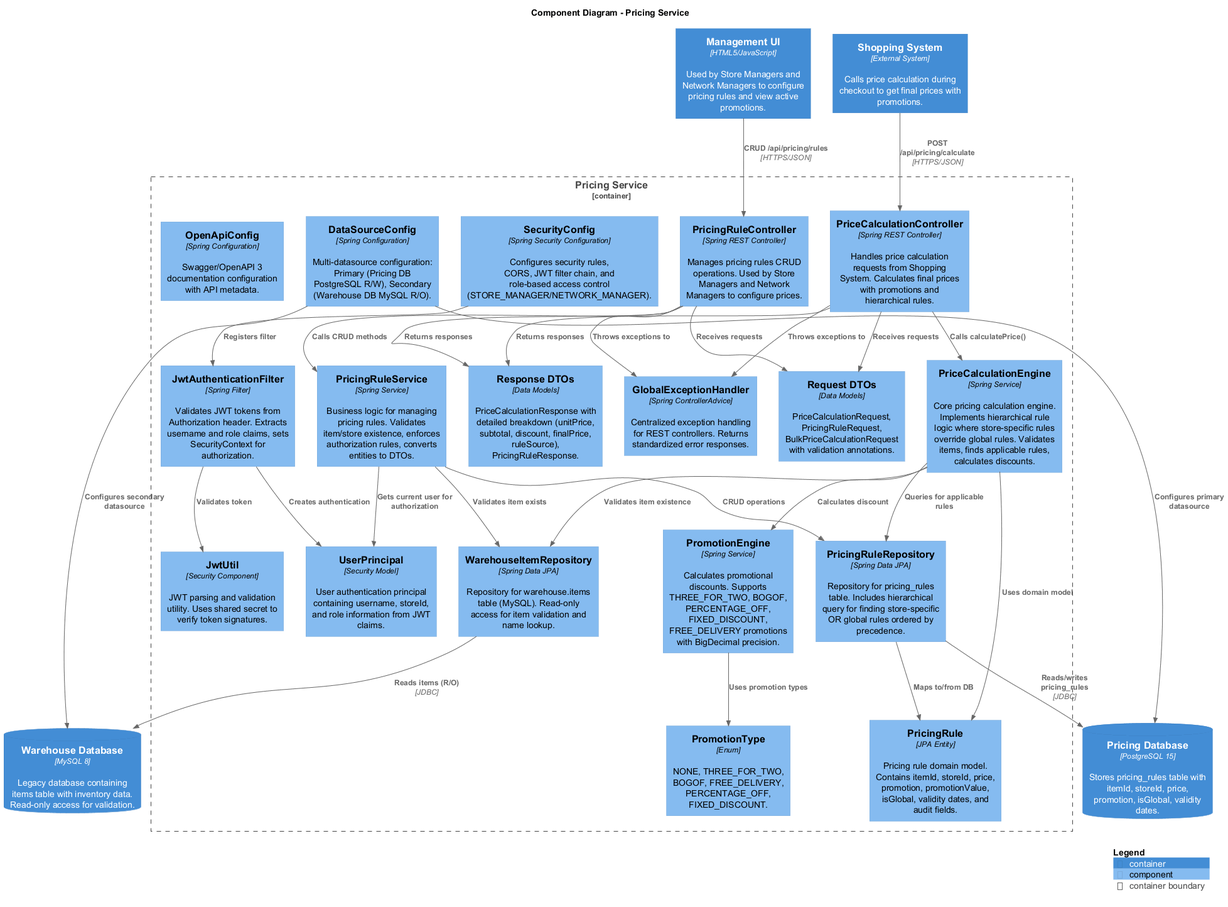
Alex180504/DE-store keeps this PlantUML diagram as Docs/pricing-service/pricing-service-component.png. Above is the earlier version. Its diagram source:
```plantuml
@startuml pricing-service-component
!include ../c4-plantuml/C4_Component.puml

title Component Diagram - Pricing Service

LAYOUT_WITH_LEGEND()

Container_Boundary(pricing_service, "Pricing Service") {

    Component(price_calc_ctrl, "PriceCalculationController", "Spring REST Controller", "Handles price calculation requests from Shopping System. Calculates final prices with promotions and hierarchical rules.")
    Component(pricing_rule_ctrl, "PricingRuleController", "Spring REST Controller", "Manages pricing rules CRUD operations. Used by Store Managers and Network Managers to configure prices.")
    Component(global_exception, "GlobalExceptionHandler", "Spring ControllerAdvice", "Centralized exception handling for REST controllers. Returns standardized error responses.")

    Component(price_calc_engine, "PriceCalculationEngine", "Spring Service", "Core pricing calculation engine. Implements hierarchical rule logic where store-specific rules override global rules. Validates items, finds applicable rules, calculates discounts.")
    Component(promotion_engine, "PromotionEngine", "Spring Service", "Calculates promotional discounts. Supports THREE_FOR_TWO, BOGOF, PERCENTAGE_OFF, FIXED_DISCOUNT, FREE_DELIVERY promotions with BigDecimal precision.")
    Component(pricing_rule_svc, "PricingRuleService", "Spring Service", "Business logic for managing pricing rules. Validates item/store existence, enforces authorization rules, converts entities to DTOs.")

    Component(jwt_filter, "JwtAuthenticationFilter", "Spring Filter", "Validates JWT tokens from Authorization header. Extracts username and role claims, sets SecurityContext for authorization.")
    Component(jwt_util, "JwtUtil", "Security Component", "JWT parsing and validation utility. Uses shared secret to verify token signatures.")
    Component(security_config, "SecurityConfig", "Spring Security Configuration", "Configures security rules, CORS, JWT filter chain, and role-based access control (STORE_MANAGER/NETWORK_MANAGER).")
    Component(user_principal, "UserPrincipal", "Security Model", "User authentication principal containing username, storeId, and role information from JWT claims.")

    Component(pricing_rule_repo, "PricingRuleRepository", "Spring Data JPA", "Repository for pricing_rules table. Includes hierarchical query for finding store-specific OR global rules ordered by precedence.")
    Component(warehouse_repo, "WarehouseItemRepository", "Spring Data JPA", "Repository for warehouse.items table (MySQL). Read-only access for item validation and name lookup.")

    Component(pricing_rule_entity, "PricingRule", "JPA Entity", "Pricing rule domain model. Contains itemId, storeId, price, promotion, promotionValue, isGlobal, validity dates, and audit fields.")
    Component(dto_request, "Request DTOs", "Data Models", "PriceCalculationRequest, PricingRuleRequest, BulkPriceCalculationRequest with validation annotations.")
    Component(dto_response, "Response DTOs", "Data Models", "PriceCalculationResponse with detailed breakdown (unitPrice, subtotal, discount, finalPrice, ruleSource), PricingRuleResponse.")
    Component(promotion_enum, "PromotionType", "Enum", "NONE, THREE_FOR_TWO, BOGOF, FREE_DELIVERY, PERCENTAGE_OFF, FIXED_DISCOUNT.")

    Component(datasource_config, "DataSourceConfig", "Spring Configuration", "Multi-datasource configuration: Primary (Pricing DB PostgreSQL R/W), Secondary (Warehouse DB MySQL R/O).")
    Component(openapi_config, "OpenApiConfig", "Spring Configuration", "Swagger/OpenAPI 3 documentation configuration with API metadata.")
}

ContainerDb(pricing_db, "Pricing Database", "PostgreSQL 15", "Stores pricing_rules table with itemId, storeId, price, promotion, isGlobal, validity dates.")
ContainerDb(warehouse_db, "Warehouse Database", "MySQL 8", "Legacy database containing items table with inventory data. Read-only access for validation.")

Container(shopping_system, "Shopping System", "External System", "Calls price calculation during checkout to get final prices with promotions.")
Container(management_ui, "Management UI", "HTML5/JavaScript", "Used by Store Managers and Network Managers to configure pricing rules and view active promotions.")

Rel(shopping_system, price_calc_ctrl, "POST /api/pricing/calculate", "HTTPS/JSON")
Rel(management_ui, pricing_rule_ctrl, "CRUD /api/pricing/rules", "HTTPS/JSON")

Rel(price_calc_ctrl, price_calc_engine, "Calls calculatePrice()")
Rel(pricing_rule_ctrl, pricing_rule_svc, "Calls CRUD methods")
Rel(price_calc_ctrl, global_exception, "Throws exceptions to")
Rel(pricing_rule_ctrl, global_exception, "Throws exceptions to")

Rel(price_calc_engine, pricing_rule_repo, "Queries for applicable rules")
Rel(price_calc_engine, warehouse_repo, "Validates item existence")
Rel(price_calc_engine, promotion_engine, "Calculates discount")
Rel(pricing_rule_svc, pricing_rule_repo, "CRUD operations")
Rel(pricing_rule_svc, warehouse_repo, "Validates item exists")

Rel(pricing_rule_repo, pricing_db, "Reads/writes pricing_rules", "JDBC")
Rel(warehouse_repo, warehouse_db, "Reads items (R/O)", "JDBC")

Rel(jwt_filter, jwt_util, "Validates token")
Rel(jwt_filter, user_principal, "Creates authentication")
Rel(security_config, jwt_filter, "Registers filter")
Rel(pricing_rule_svc, user_principal, "Gets current user for authorization")

Rel(price_calc_engine, pricing_rule_entity, "Uses domain model")
Rel(pricing_rule_repo, pricing_rule_entity, "Maps to/from DB")
Rel(price_calc_ctrl, dto_request, "Receives requests")
Rel(price_calc_ctrl, dto_response, "Returns responses")
Rel(pricing_rule_ctrl, dto_request, "Receives requests")
Rel(pricing_rule_ctrl, dto_response, "Returns responses")
Rel(promotion_engine, promotion_enum, "Uses promotion types")

Rel(datasource_config, pricing_db, "Configures primary datasource")
Rel(datasource_config, warehouse_db, "Configures secondary datasource")

SHOW_LEGEND()

@enduml
```
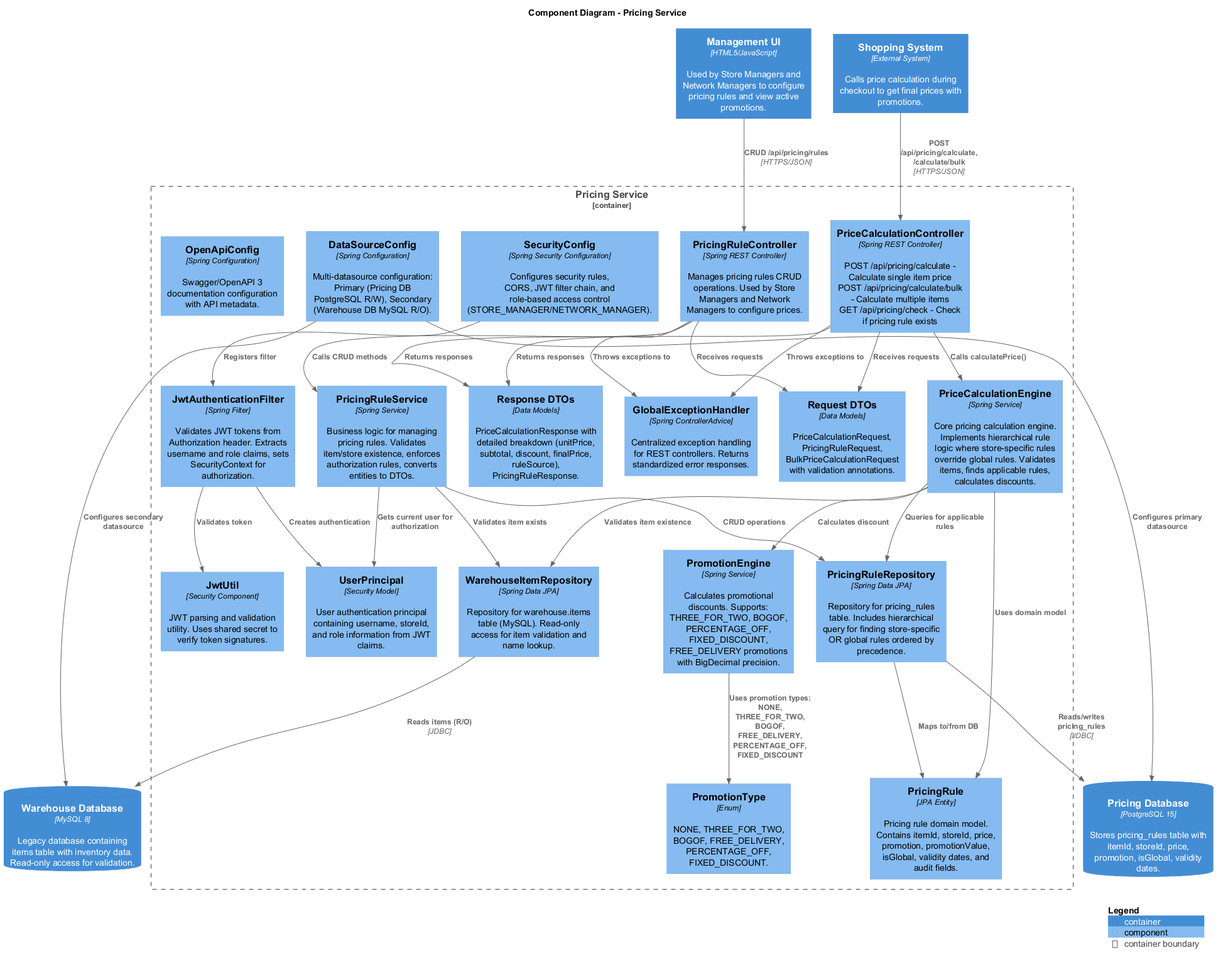
Later version of the same file.

The edit, as a diff of the source:
```diff
@@ -7,12 +7,12 @@
 
 Container_Boundary(pricing_service, "Pricing Service") {
 
-    Component(price_calc_ctrl, "PriceCalculationController", "Spring REST Controller", "Handles price calculation requests from Shopping System. Calculates final prices with promotions and hierarchical rules.")
+    Component(price_calc_ctrl, "PriceCalculationController", "Spring REST Controller", "POST /api/pricing/calculate - Calculate single item price\nPOST /api/pricing/calculate/bulk - Calculate multiple items\nGET /api/pricing/check - Check if pricing rule exists")
     Component(pricing_rule_ctrl, "PricingRuleController", "Spring REST Controller", "Manages pricing rules CRUD operations. Used by Store Managers and Network Managers to configure prices.")
     Component(global_exception, "GlobalExceptionHandler", "Spring ControllerAdvice", "Centralized exception handling for REST controllers. Returns standardized error responses.")
 
     Component(price_calc_engine, "PriceCalculationEngine", "Spring Service", "Core pricing calculation engine. Implements hierarchical rule logic where store-specific rules override global rules. Validates items, finds applicable rules, calculates discounts.")
-    Component(promotion_engine, "PromotionEngine", "Spring Service", "Calculates promotional discounts. Supports THREE_FOR_TWO, BOGOF, PERCENTAGE_OFF, FIXED_DISCOUNT, FREE_DELIVERY promotions with BigDecimal precision.")
+    Component(promotion_engine, "PromotionEngine", "Spring Service", "Calculates promotional discounts. Supports: THREE_FOR_TWO, BOGOF, PERCENTAGE_OFF, FIXED_DISCOUNT, FREE_DELIVERY promotions with BigDecimal precision.")
     Component(pricing_rule_svc, "PricingRuleService", "Spring Service", "Business logic for managing pricing rules. Validates item/store existence, enforces authorization rules, converts entities to DTOs.")
 
     Component(jwt_filter, "JwtAuthenticationFilter", "Spring Filter", "Validates JWT tokens from Authorization header. Extracts username and role claims, sets SecurityContext for authorization.")
@@ -38,7 +38,7 @@
 Container(shopping_system, "Shopping System", "External System", "Calls price calculation during checkout to get final prices with promotions.")
 Container(management_ui, "Management UI", "HTML5/JavaScript", "Used by Store Managers and Network Managers to configure pricing rules and view active promotions.")
 
-Rel(shopping_system, price_calc_ctrl, "POST /api/pricing/calculate", "HTTPS/JSON")
+Rel(shopping_system, price_calc_ctrl, "POST /api/pricing/calculate, /calculate/bulk", "HTTPS/JSON")
 Rel(management_ui, pricing_rule_ctrl, "CRUD /api/pricing/rules", "HTTPS/JSON")
 
 Rel(price_calc_ctrl, price_calc_engine, "Calls calculatePrice()")
@@ -66,7 +66,7 @@
 Rel(price_calc_ctrl, dto_response, "Returns responses")
 Rel(pricing_rule_ctrl, dto_request, "Receives requests")
 Rel(pricing_rule_ctrl, dto_response, "Returns responses")
-Rel(promotion_engine, promotion_enum, "Uses promotion types")
+Rel(promotion_engine, promotion_enum, "Uses promotion types: NONE, THREE_FOR_TWO, BOGOF, FREE_DELIVERY, PERCENTAGE_OFF, FIXED_DISCOUNT")
 
 Rel(datasource_config, pricing_db, "Configures primary datasource")
 Rel(datasource_config, warehouse_db, "Configures secondary datasource")
```
